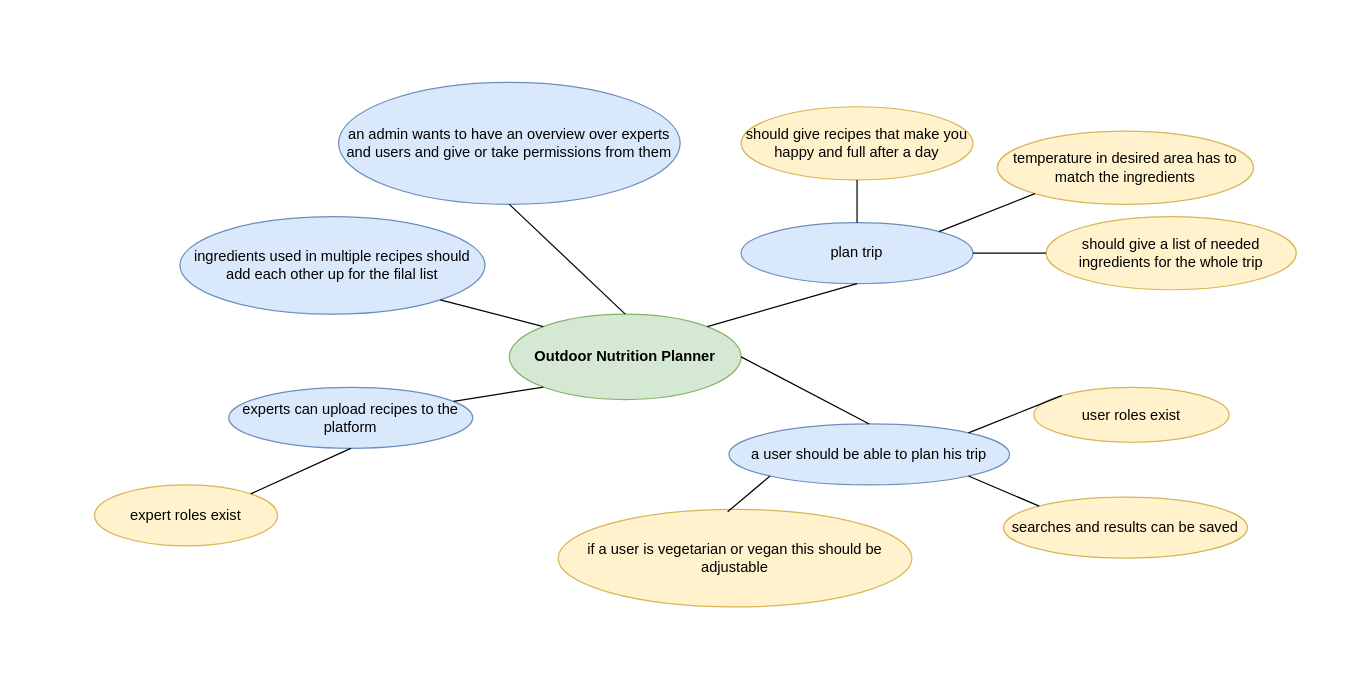
Before: diagrams/concept.drawio in paulbrenker/trailmenu, a draw.io diagram. Source tidied: cells renumbered, new cells numbered last; positions are measured from the earlier drawing's top-left corner, leaving out a move shared by most shapes. Both pictures are drawn from the tidied source at 122%, with x=0, y=0 at pixel (94, 82).
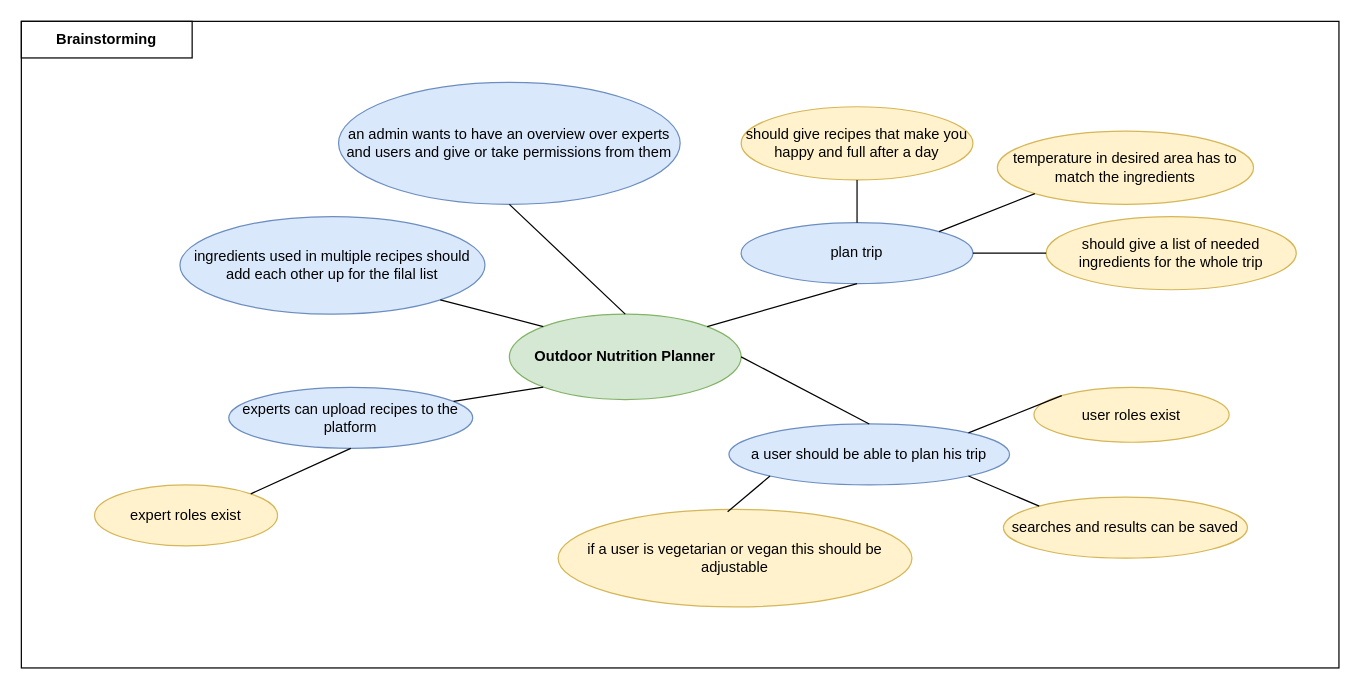
The same diagram, later.

Change to the diagram source:
```diff
@@
+    <mxCell id="27" style="rounded=0;whiteSpace=wrap;html=1;" parent="1" vertex="1">
+      <mxGeometry x="-60" y="-50" width="1080" height="530" as="geometry" />
+    </mxCell>
@@
+    <mxCell id="28" value="&lt;b&gt;Brainstorming&lt;/b&gt;" style="rounded=0;whiteSpace=wrap;html=1;" parent="1" vertex="1">
+      <mxGeometry x="-60" y="-50" width="140" height="30" as="geometry" />
+    </mxCell>
```
